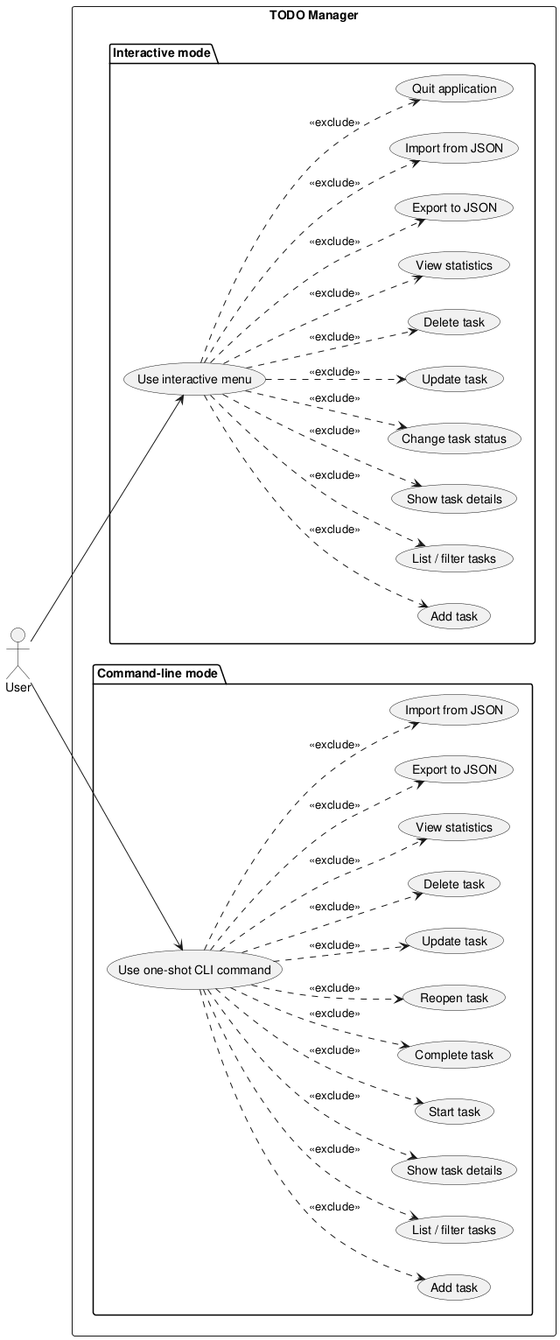
Earlier version of the PlantUML export experiments/broadcast/test_driven/TODO/artifacts/use_case_diagram.png (DanielRiha8906/Software_autoevolution_using_agents).
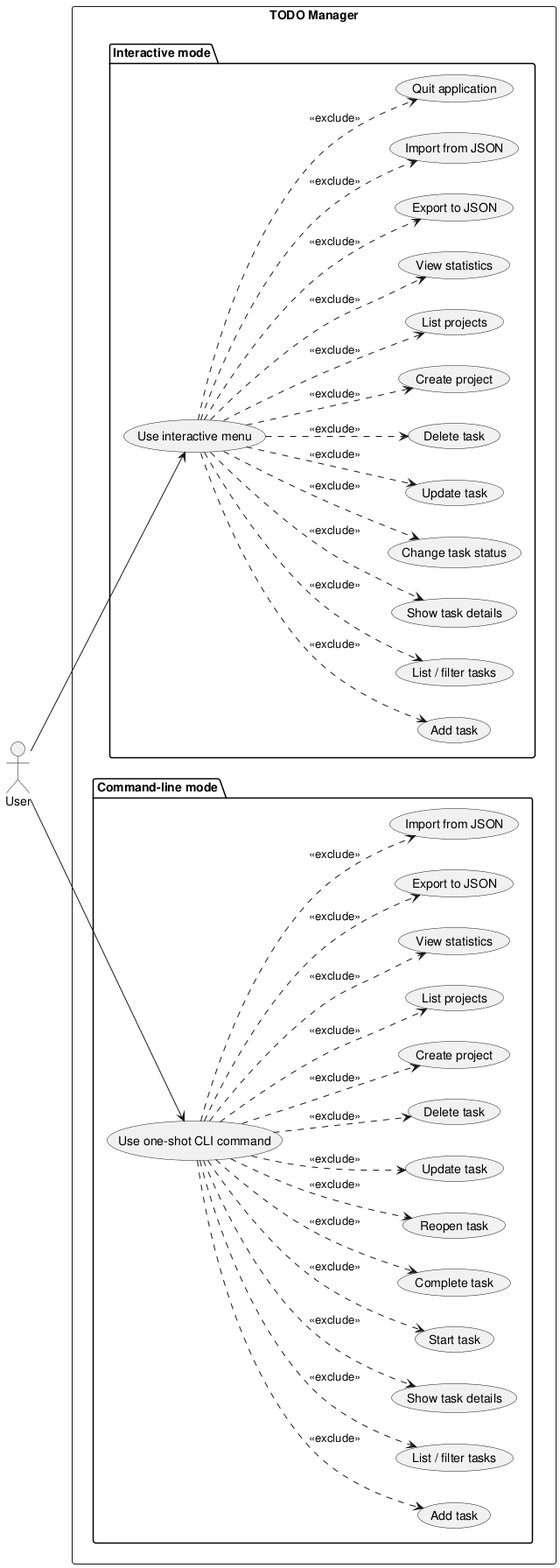
Later version of the same file.

The edit, as a diff of the source:
```diff
@@ -14,6 +14,8 @@
     usecase "Change task status" as I_STATUS
     usecase "Update task" as I_UPDATE
     usecase "Delete task" as I_DELETE
+    usecase "Create project" as I_PROJECT_CREATE
+    usecase "List projects" as I_PROJECT_LIST
     usecase "View statistics" as I_STATS
     usecase "Export to JSON" as I_EXPORT
     usecase "Import from JSON" as I_IMPORT
@@ -30,6 +32,8 @@
     usecase "Reopen task" as C_REOPEN
     usecase "Update task" as C_UPDATE
     usecase "Delete task" as C_DELETE
+    usecase "Create project" as C_PROJECT_CREATE
+    usecase "List projects" as C_PROJECT_LIST
     usecase "View statistics" as C_STATS
     usecase "Export to JSON" as C_EXPORT
     usecase "Import from JSON" as C_IMPORT
@@ -45,6 +49,8 @@
 UI ..> I_STATUS   : <<exclude>>
 UI ..> I_UPDATE   : <<exclude>>
 UI ..> I_DELETE   : <<exclude>>
+UI ..> I_PROJECT_CREATE : <<exclude>>
+UI ..> I_PROJECT_LIST : <<exclude>>
 UI ..> I_STATS    : <<exclude>>
 UI ..> I_EXPORT   : <<exclude>>
 UI ..> I_IMPORT   : <<exclude>>
@@ -58,6 +64,8 @@
 CLI ..> C_REOPEN  : <<exclude>>
 CLI ..> C_UPDATE  : <<exclude>>
 CLI ..> C_DELETE  : <<exclude>>
+CLI ..> C_PROJECT_CREATE : <<exclude>>
+CLI ..> C_PROJECT_LIST : <<exclude>>
 CLI ..> C_STATS   : <<exclude>>
 CLI ..> C_EXPORT  : <<exclude>>
 CLI ..> C_IMPORT  : <<exclude>>
```
